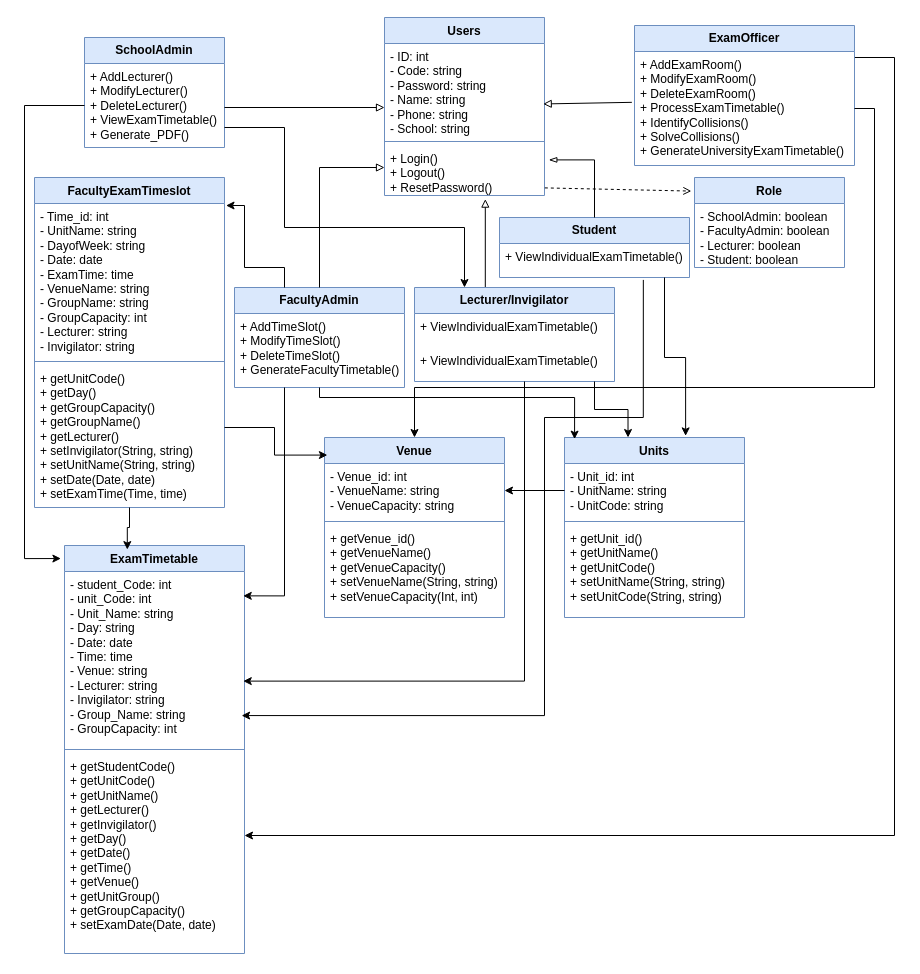
This is page "class diagrams" (4 of 5) of diagrams/all diagrams.drawio from Kathembotsong/Strath_Exam_Schedule, a draw.io file, before an edit. Source tidied: cells renumbered, new cells numbered last; positions are measured from the earlier drawing's top-left corner, leaving out a move shared by most shapes. Both pictures are drawn from the tidied source at 100%, with x=0, y=0 at pixel (24, 17).
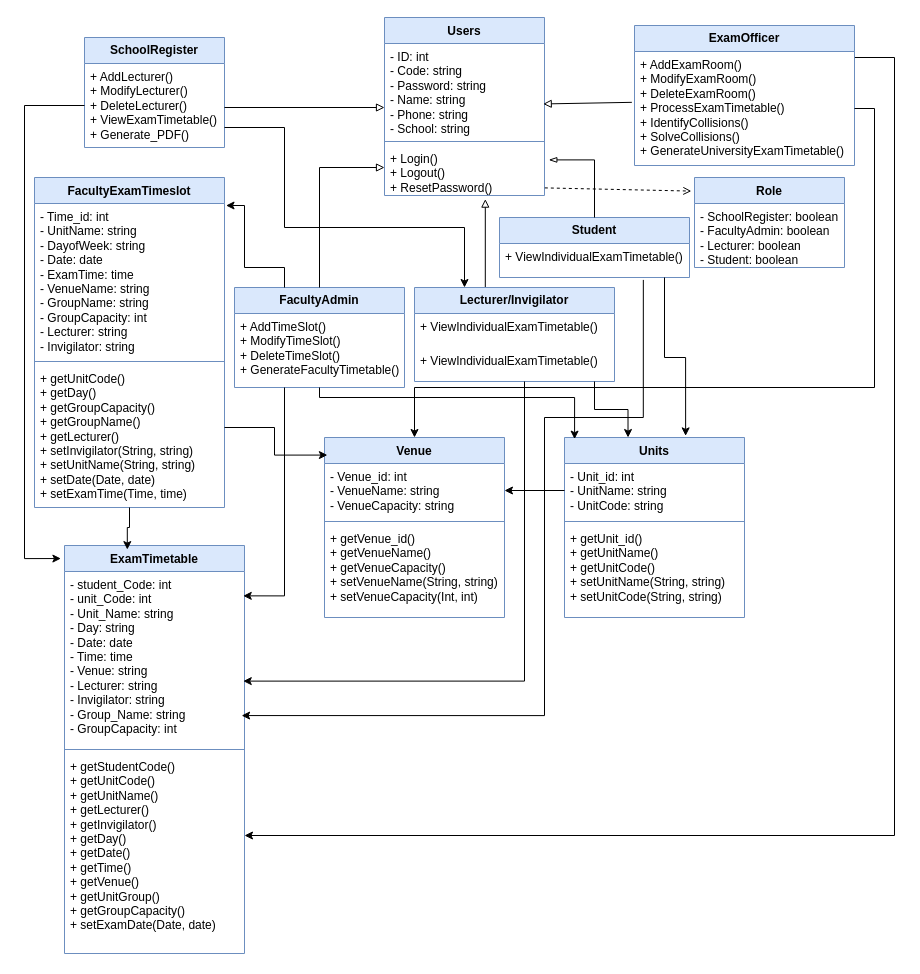
Above is the later version.

Unchanged cells that the change refers to:
```xml
<mxCell id="16" value="Role" style="swimlane;fontStyle=1;align=center;verticalAlign=top;horizontal=1;startSize=26;whiteSpace=wrap;html=1;fillColor=#dae8fc;strokeColor=#6c8ebf;" parent="1" vertex="1">
  <mxGeometry x="670" y="160" width="150" height="90" as="geometry" />
</mxCell>
```

The edit, as a diff of the source:
```diff
@@
-    <mxCell id="2" value="&lt;b&gt;SchoolAdmin&lt;/b&gt;" style="swimlane;fontStyle=0;horizontal=1;startSize=26;fillColor=#dae8fc;whiteSpace=wrap;html=1;strokeColor=#6c8ebf;" parent="1" vertex="1">
+    <mxCell id="2" value="&lt;b&gt;SchoolRegister&lt;/b&gt;" style="swimlane;fontStyle=0;horizontal=1;startSize=26;fillColor=#dae8fc;whiteSpace=wrap;html=1;strokeColor=#6c8ebf;" parent="1" vertex="1">
       <mxGeometry x="60" y="20" width="140" height="110" as="geometry" />
     </mxCell>
@@
-    <mxCell id="17" value="- SchoolAdmin: boolean&lt;br style=&quot;border-color: var(--border-color);&quot;&gt;- FacultyAdmin: boolean&lt;br style=&quot;border-color: var(--border-color);&quot;&gt;- Lecturer: boolean&lt;br style=&quot;border-color: var(--border-color);&quot;&gt;- Student: boolean" style="text;strokeColor=none;fillColor=none;align=left;verticalAlign=top;spacingLeft=4;spacingRight=4;overflow=hidden;whiteSpace=wrap;html=1;" parent="16" vertex="1">
+    <mxCell id="17" value="- SchoolRegister: boolean&lt;br style=&quot;border-color: var(--border-color);&quot;&gt;- FacultyAdmin: boolean&lt;br style=&quot;border-color: var(--border-color);&quot;&gt;- Lecturer: boolean&lt;br style=&quot;border-color: var(--border-color);&quot;&gt;- Student: boolean" style="text;strokeColor=none;fillColor=none;align=left;verticalAlign=top;spacingLeft=4;spacingRight=4;overflow=hidden;whiteSpace=wrap;html=1;" parent="16" vertex="1">
       <mxGeometry y="26" width="150" height="64" as="geometry" />
     </mxCell>
```
